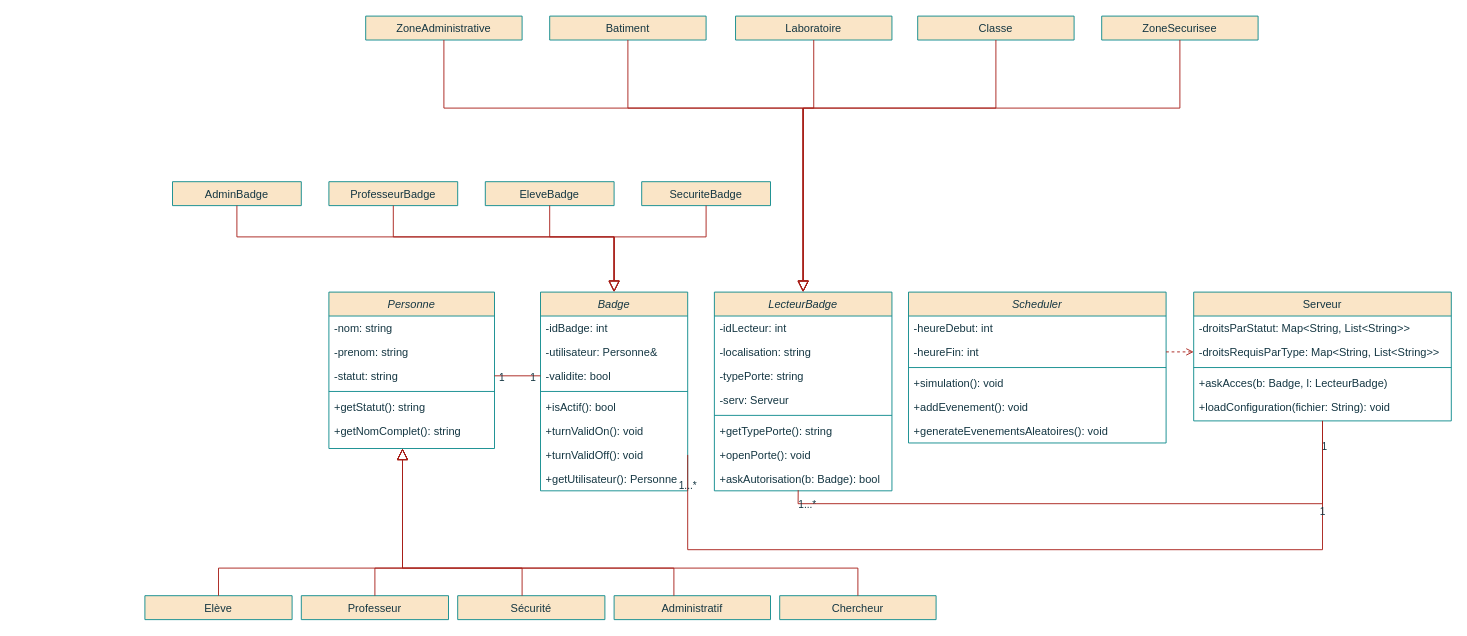
Before: Projet2025/ProjetAP4_CeliaJournet.drawio in Cepostale/Access_control, a draw.io diagram. Source tidied: cells renumbered, new cells numbered last; positions are measured from the earlier drawing's top-left corner, leaving out a move shared by most shapes. Both pictures are drawn from the tidied source at 92%, with x=0, y=0 at pixel (144, 16).
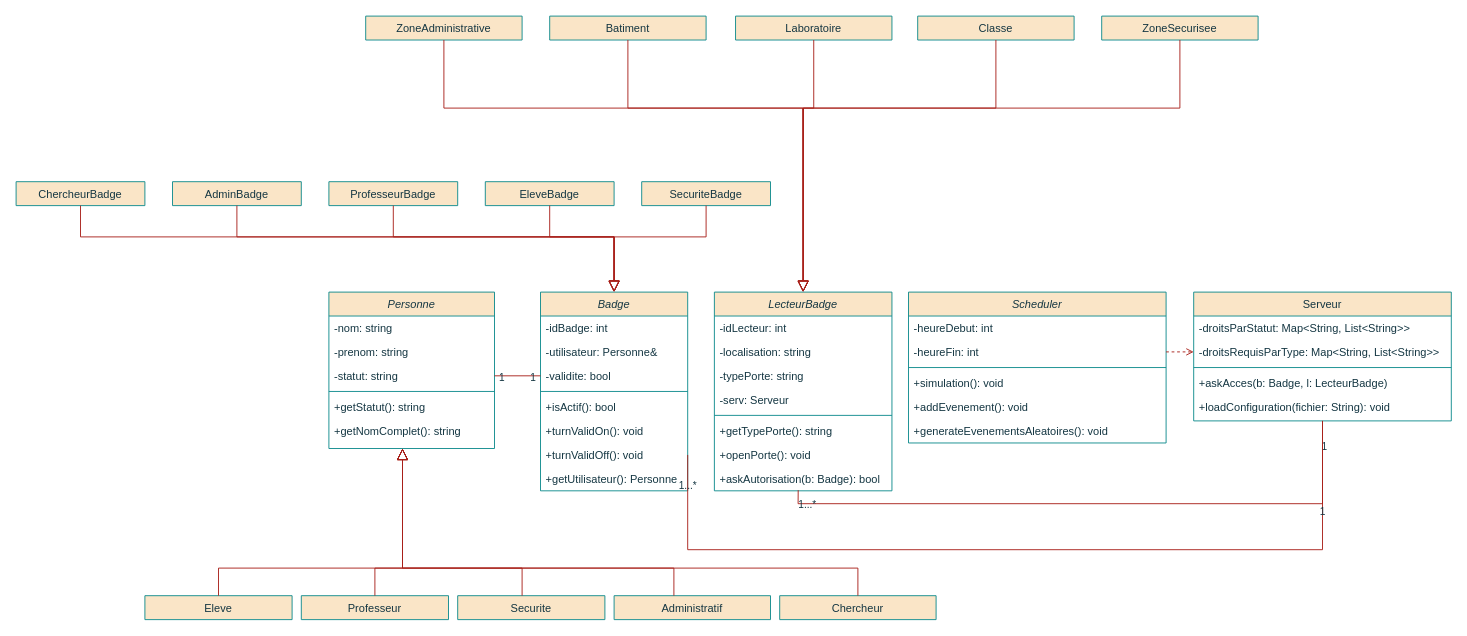
Above is the later version.

Unchanged cells that the change refers to:
```xml
<mxCell id="30" value="Badge" style="swimlane;fontStyle=2;align=center;verticalAlign=top;horizontal=1;startSize=26;rounded=0;shadow=0;strokeWidth=1;labelBackgroundColor=none;fillColor=#FAE5C7;strokeColor=#0F8B8D;fontColor=#143642;" parent="1" vertex="1">
  <mxGeometry x="430" y="300" width="160" height="216" as="geometry" />
</mxCell>
```

Change to the diagram source:
```diff
@@
-    <mxCell id="9" value="Elève" style="swimlane;fontStyle=0;align=center;verticalAlign=top;horizontal=1;startSize=26;rounded=0;shadow=0;strokeWidth=1;labelBackgroundColor=none;fillColor=#FAE5C7;strokeColor=#0F8B8D;fontColor=#143642;" parent="1" vertex="1" collapsed="1">
+    <mxCell id="9" value="Eleve" style="swimlane;fontStyle=0;align=center;verticalAlign=top;horizontal=1;startSize=26;rounded=0;shadow=0;strokeWidth=1;labelBackgroundColor=none;fillColor=#FAE5C7;strokeColor=#0F8B8D;fontColor=#143642;" parent="1" vertex="1" collapsed="1">
       <mxGeometry y="630" width="160" height="26" as="geometry" />
     </mxCell>
@@
-    <mxCell id="27" value="Sécurité" style="swimlane;fontStyle=0;align=center;verticalAlign=top;horizontal=1;startSize=26;rounded=0;shadow=0;strokeWidth=1;labelBackgroundColor=none;fillColor=#FAE5C7;strokeColor=#0F8B8D;fontColor=#143642;" parent="1" vertex="1" collapsed="1">
+    <mxCell id="27" value="Securite" style="swimlane;fontStyle=0;align=center;verticalAlign=top;horizontal=1;startSize=26;rounded=0;shadow=0;strokeWidth=1;labelBackgroundColor=none;fillColor=#FAE5C7;strokeColor=#0F8B8D;fontColor=#143642;" parent="1" vertex="1" collapsed="1">
       <mxGeometry x="340" y="630" width="160" height="26" as="geometry" />
     </mxCell>
@@
+    <mxCell id="78" value="ChercheurBadge" style="swimlane;fontStyle=0;align=center;verticalAlign=top;horizontal=1;startSize=26;rounded=0;shadow=0;strokeWidth=1;labelBackgroundColor=none;fillColor=#FAE5C7;strokeColor=#0F8B8D;fontColor=#143642;" parent="1" vertex="1" collapsed="1">
+      <mxGeometry x="-140" y="180" width="140" height="26" as="geometry" />
+    </mxCell>
+    <mxCell id="79" style="endArrow=block;endSize=10;endFill=0;shadow=0;strokeWidth=1;rounded=0;curved=0;edgeStyle=elbowEdgeStyle;elbow=vertical;exitX=0.5;exitY=1;exitDx=0;exitDy=0;labelBackgroundColor=none;strokeColor=#A8201A;fontColor=default;entryX=0.5;entryY=0;entryDx=0;entryDy=0;" parent="1" edge="1" source="78" target="30">
+      <mxGeometry relative="1" as="geometry">
+        <Array as="points">
+          <mxPoint x="220" y="240" />
+        </Array>
+      </mxGeometry>
+    </mxCell>
```
